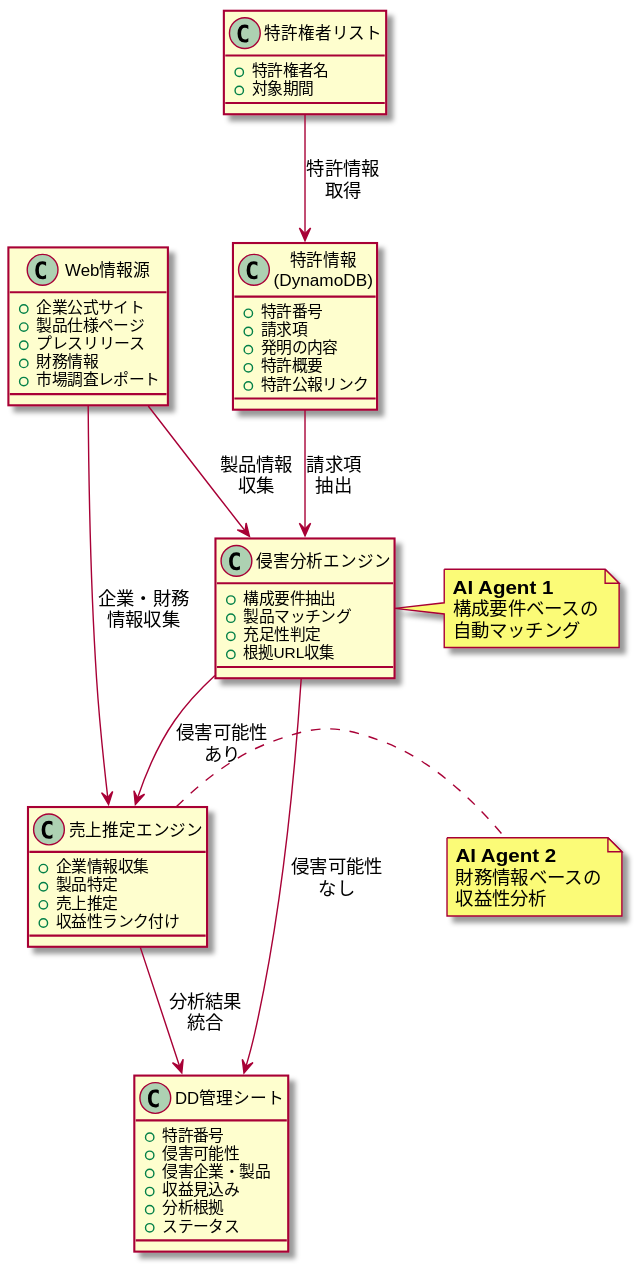
This is docs-site/docs/diagrams/data-flow.svg from ryoryoai/ip-rich-poc-phase2, a PlantUML export, as it was before one commit. Source of this version:
```plantuml
@startuml
skinparam backgroundColor #FFFFFF


class "特許権者リスト" as input {
  + 特許権者名
  + 対象期間
}

class "特許情報\n(DynamoDB)" as patentdb {
  + 特許番号
  + 請求項
  + 発明の内容
  + 特許概要
  + 特許公報リンク
}

class "侵害分析エンジン" as analysis {
  + 構成要件抽出
  + 製品マッチング
  + 充足性判定
  + 根拠URL収集
}

class "売上推定エンジン" as revenue {
  + 企業情報収集
  + 製品特定
  + 売上推定
  + 収益性ランク付け
}

class "DD管理シート" as output {
  + 特許番号
  + 侵害可能性
  + 侵害企業・製品
  + 収益見込み
  + 分析根拠
  + ステータス
}

class "Web情報源" as web {
  + 企業公式サイト
  + 製品仕様ページ
  + プレスリリース
  + 財務情報
  + 市場調査レポート
}

input --> patentdb : 特許情報\n取得
patentdb --> analysis : 請求項\n抽出
web --> analysis : 製品情報\n収集
analysis --> revenue : 侵害可能性\nあり
web --> revenue : 企業・財務\n情報収集
revenue --> output : 分析結果\n統合
analysis --> output : 侵害可能性\nなし

note right of analysis
  **AI Agent 1**
  構成要件ベースの
  自動マッチング
end note

note right of revenue
  **AI Agent 2**
  財務情報ベースの
  収益性分析
end note

@enduml
```
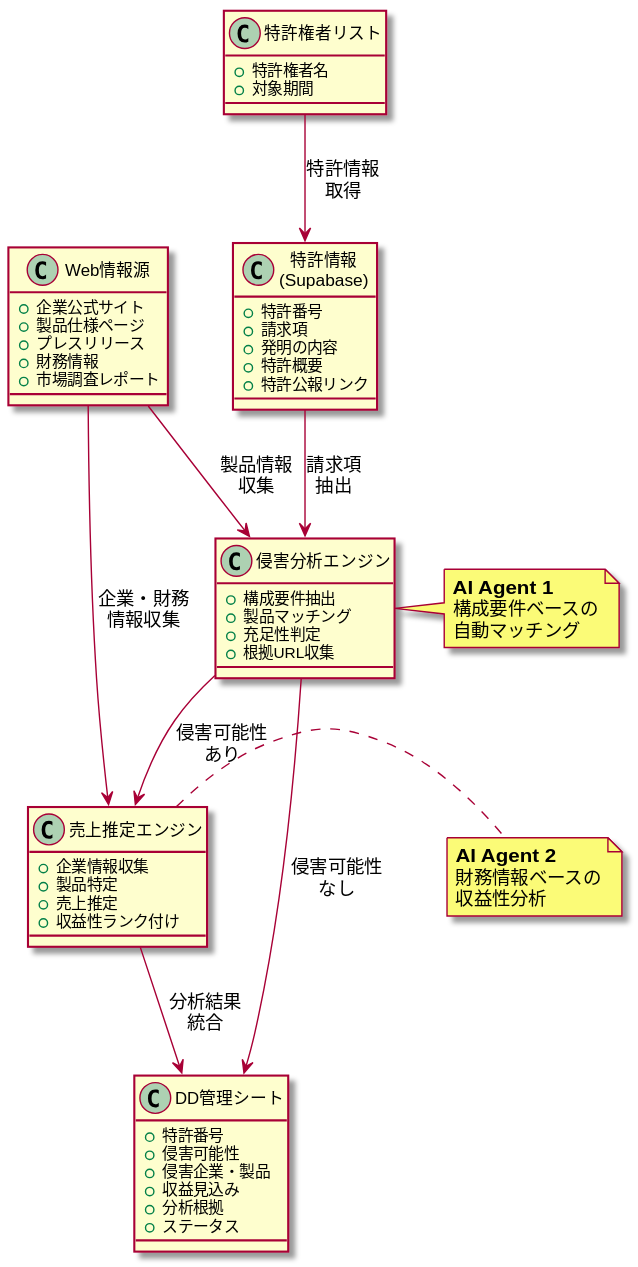
Later version of the same file.

The edit, as a diff of the source:
```diff
@@ -7,7 +7,7 @@
   + 対象期間
 }
 
-class "特許情報\n(DynamoDB)" as patentdb {
+class "特許情報\n(Supabase)" as patentdb {
   + 特許番号
   + 請求項
   + 発明の内容
```
